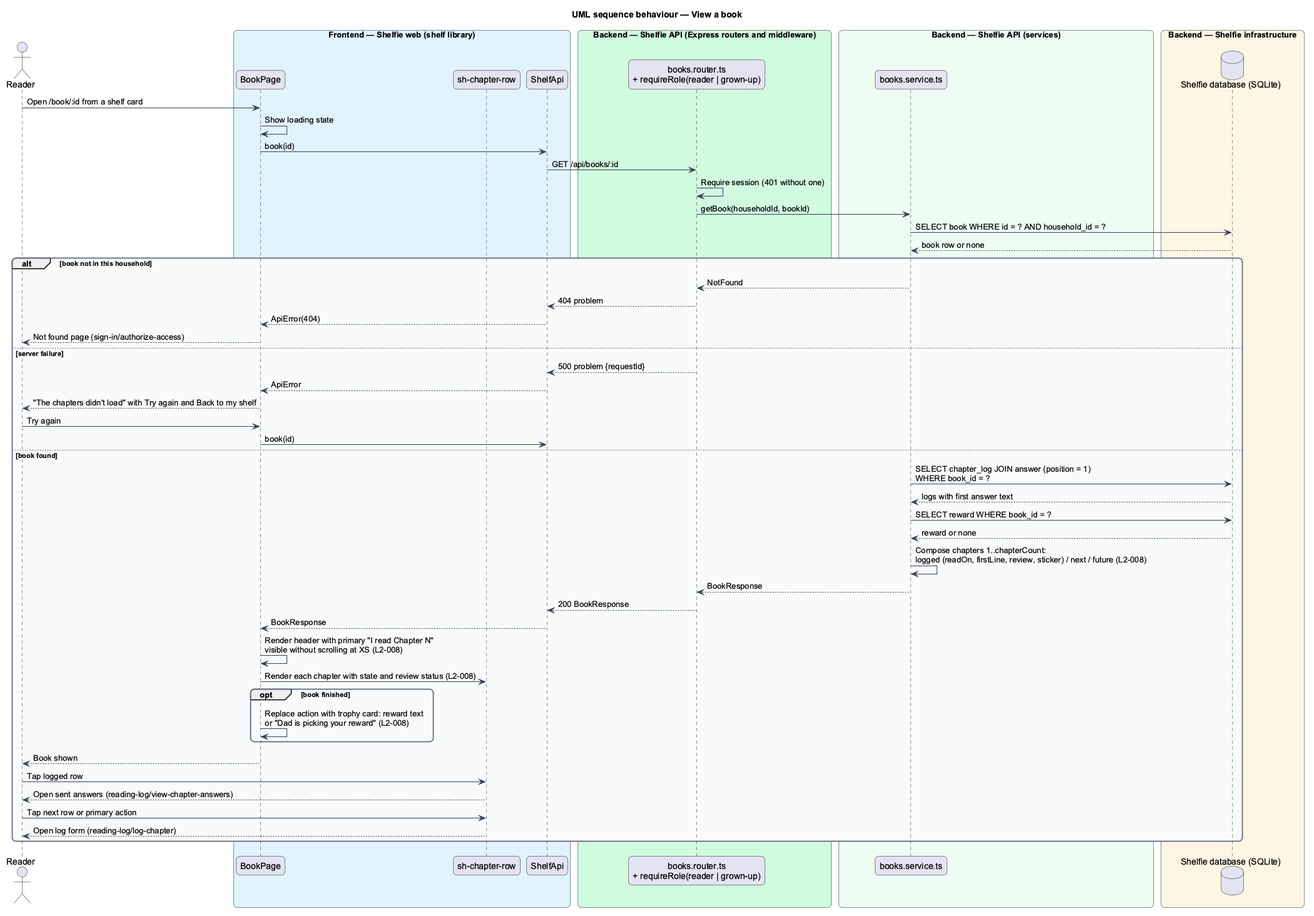
Before: docs/detailed-designs/books/view-book/diagrams/sequence-view-book.png, a diagram exported from PlantUML (QuinntyneBrown/shelfie).
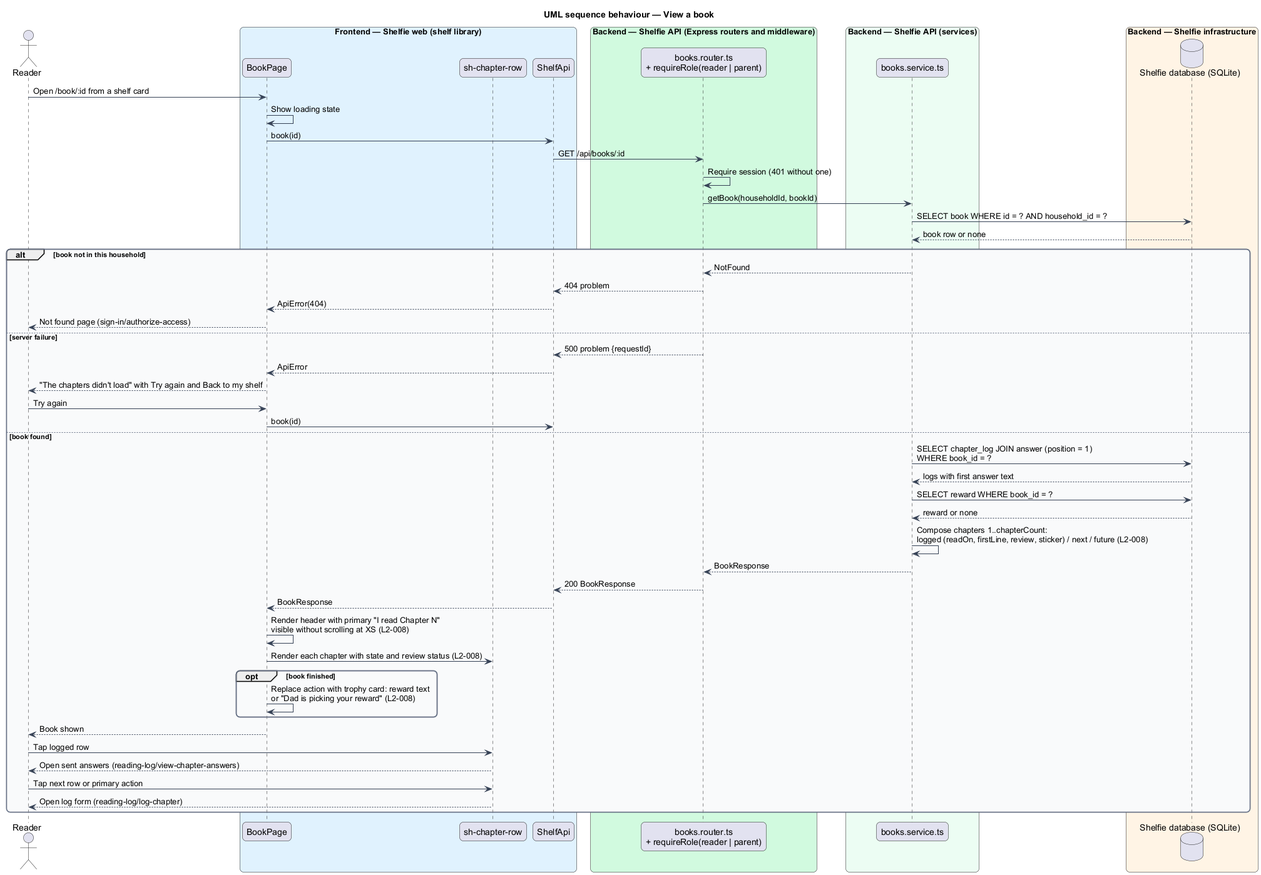
The same file after the commit.

Change to the diagram source:
```diff
@@ -21,7 +21,7 @@
   participant "ShelfApi" as client
 end box
 box "Backend — Shelfie API (Express routers and middleware)" #D1FADF
-  participant "books.router.ts\n+ requireRole(reader | grown-up)" as router
+  participant "books.router.ts\n+ requireRole(reader | parent)" as router
 end box
 box "Backend — Shelfie API (services)" #ECFDF3
   participant "books.service.ts" as service
```
